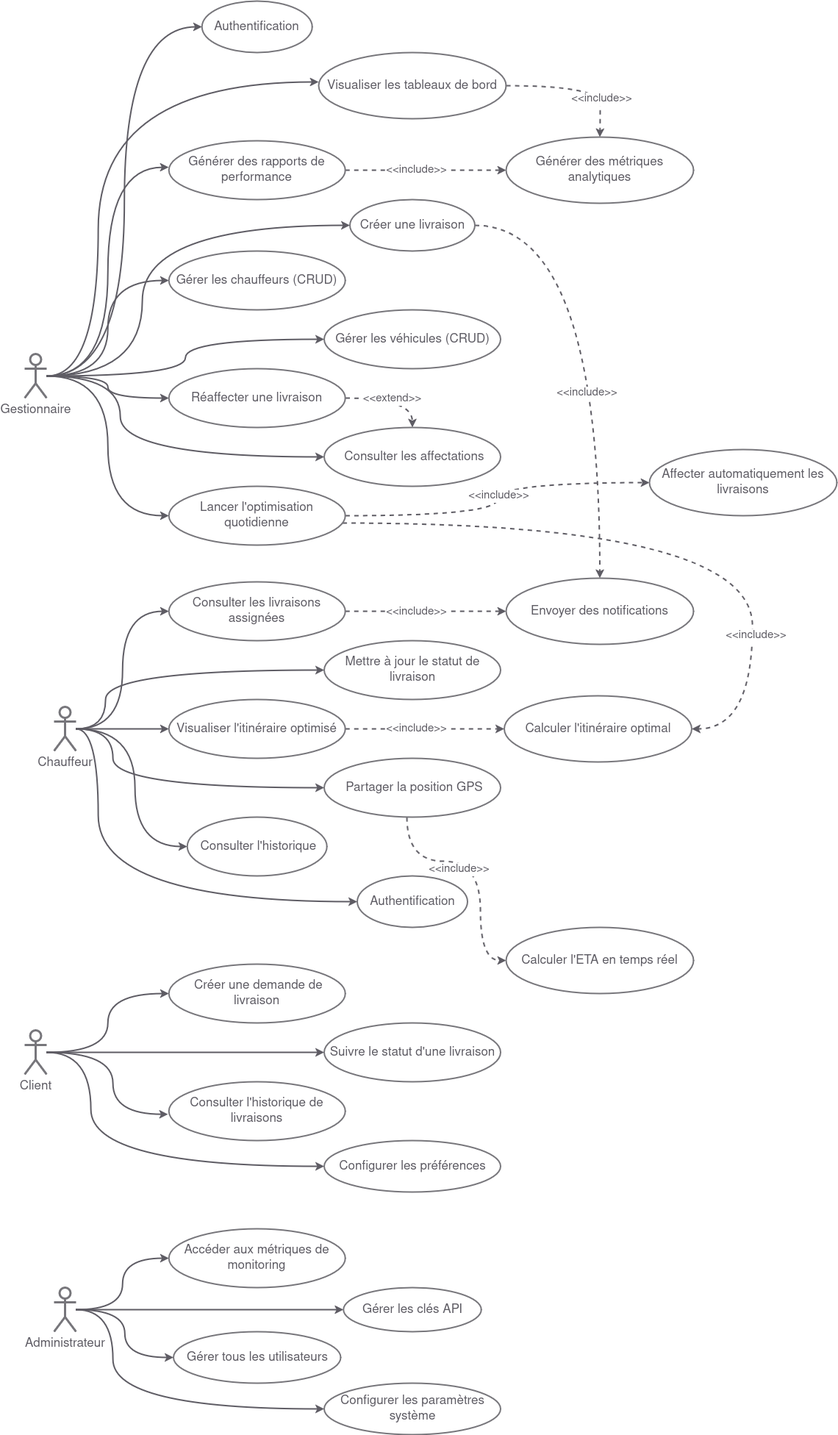
Before: usecase_diagram.png, a diagram exported from draw.io (Chiheb-Ellefi/Complex-System). Source tidied: cells renumbered, new cells last; positions are measured from the earlier drawing's top-left corner, leaving out a move shared by most shapes.
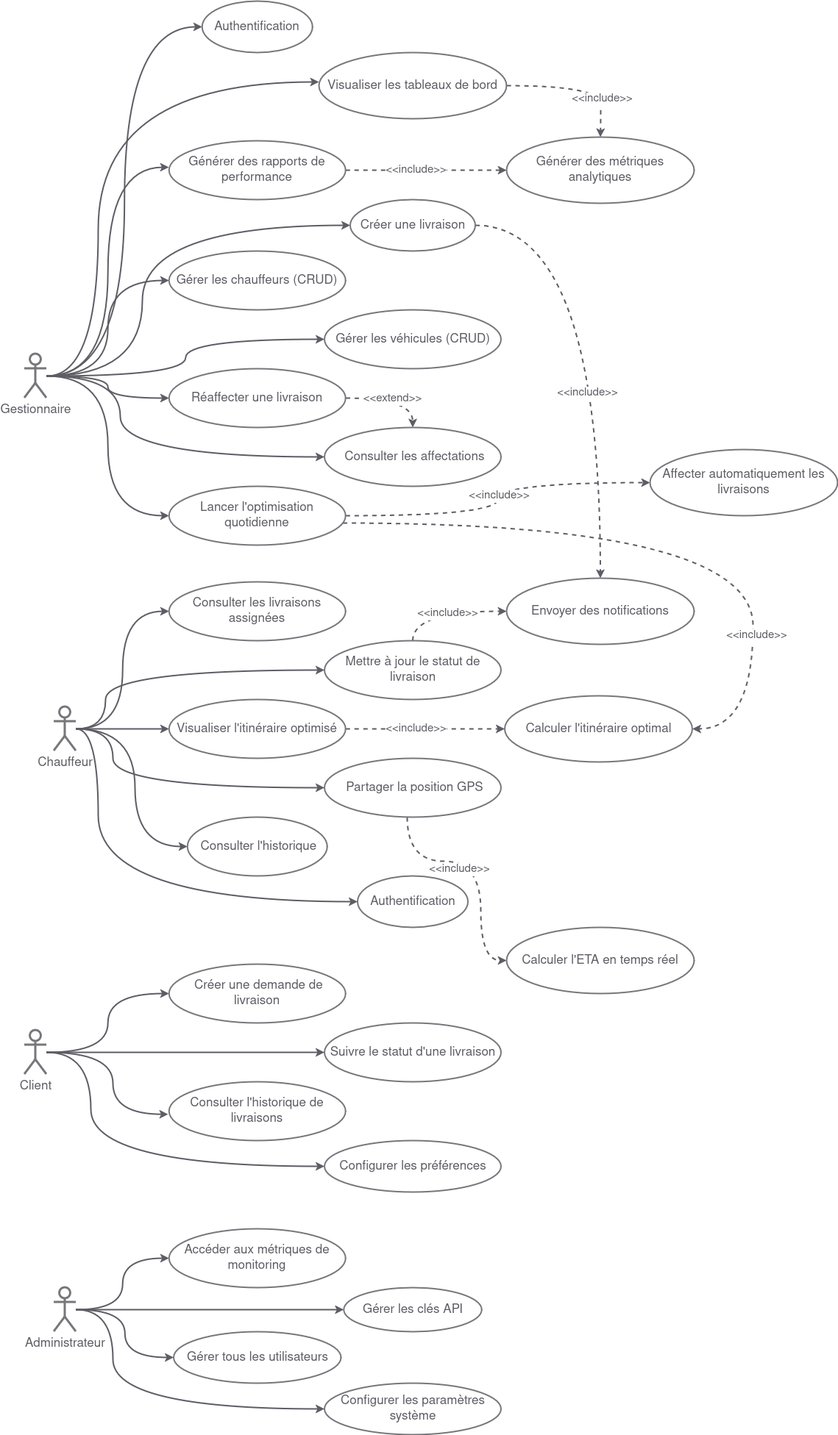
After the change.

Change to the diagram source:
```diff
@@ -63,7 +63,7 @@
     <mxCell id="17" value="&amp;nbsp;Consulter les affectations" style="ellipse;whiteSpace=wrap;html=1;fontSize=17;fontColor=light-dark(#5e5c64, #ededed);strokeWidth=2;strokeColor=light-dark(#77767b, #ededed);" parent="1" vertex="1">
       <mxGeometry x="407.5" y="580" width="240" height="80" as="geometry" />
     </mxCell>
-    <mxCell id="18" style="edgeStyle=orthogonalEdgeStyle;rounded=0;jettySize=auto;html=1;entryX=0;entryY=0.5;entryDx=0;entryDy=0;strokeWidth=2;dashed=1;strokeColor=light-dark(#5e5c64, #ededed);" parent="1" edge="1" source="19" target="64">
+    <mxCell id="18" style="edgeStyle=orthogonalEdgeStyle;rounded=0;jettySize=auto;html=1;entryX=0;entryY=0.5;entryDx=0;entryDy=0;strokeWidth=2;dashed=1;strokeColor=light-dark(#5e5c64, #ededed);exitX=0.5;exitY=0;exitDx=0;exitDy=0;curved=1;" parent="1" edge="1" source="20" target="64">
       <mxGeometry relative="1" as="geometry" />
     </mxCell>
     <mxCell id="19" value="Consulter les livraisons assignées" style="ellipse;whiteSpace=wrap;html=1;fontSize=17;fontColor=light-dark(#5e5c64, #ededed);strokeWidth=2;strokeColor=light-dark(#77767b, #ededed);" parent="1" vertex="1">
@@ -263,7 +263,7 @@
       <mxGeometry x="655" y="785" width="255" height="90" as="geometry" />
     </mxCell>
     <mxCell id="65" value="&lt;font style=&quot;font-size: 15px; color: light-dark(rgb(94, 92, 100), rgb(237, 237, 237));&quot;&gt;&amp;lt;&amp;lt;include&amp;gt;&amp;gt;&lt;/font&gt;" style="edgeLabel;html=1;align=center;verticalAlign=middle;" parent="1" vertex="1">
-      <mxGeometry x="527.5" y="828" as="geometry">
+      <mxGeometry x="570" y="830" as="geometry">
         <mxPoint x="4" y="2" as="offset" />
       </mxGeometry>
     </mxCell>
```
